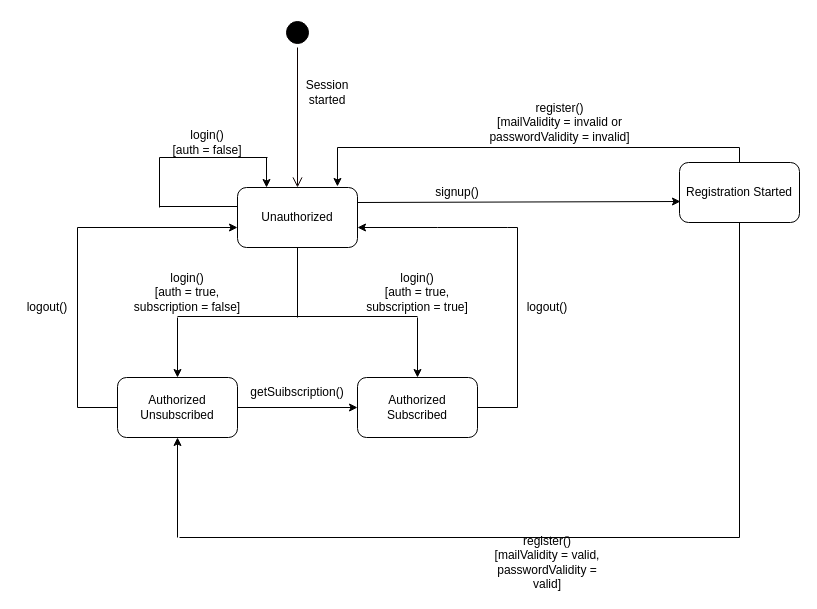
This is page "Login and Register" (1 of 8) of fianl_state.drawio from MdHuzzatunAli/ISD, a draw.io file, before an edit. Source tidied: cells renumbered, new cells numbered last; positions are measured from the earlier drawing's top-left corner, leaving out a move shared by most shapes. Both pictures are drawn from the tidied source at 100%, with x=0, y=0 at pixel (17, 17).
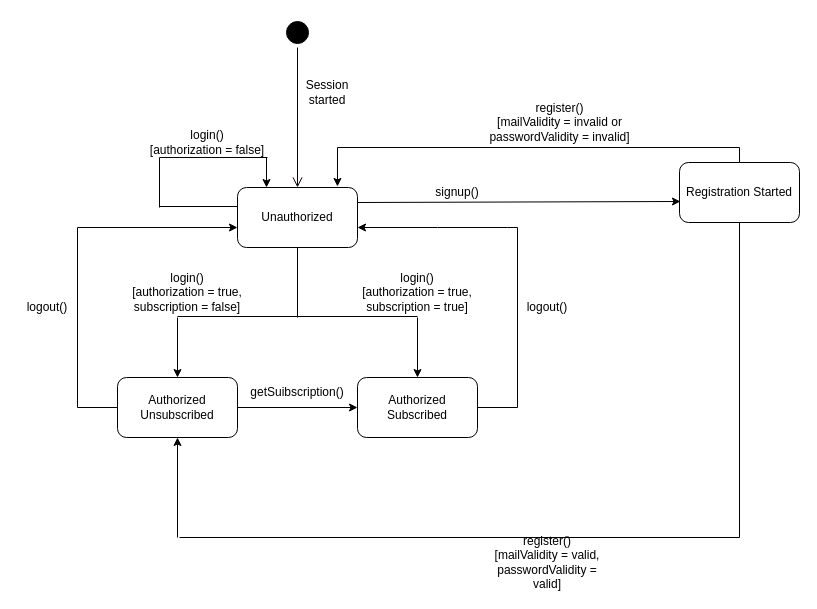
After the change.

The edit, as a diff of the source:
```diff
@@
-    <mxCell id="22" value="login()&lt;br&gt;[auth = true,&lt;br&gt;subscription = false]" style="text;strokeColor=none;align=center;fillColor=none;html=1;verticalAlign=middle;whiteSpace=wrap;rounded=0;" parent="1" vertex="1">
+    <mxCell id="22" value="login()&lt;br&gt;[authorization = true,&lt;br&gt;subscription = false]" style="text;strokeColor=none;align=center;fillColor=none;html=1;verticalAlign=middle;whiteSpace=wrap;rounded=0;" parent="1" vertex="1">
       <mxGeometry x="110" y="260" width="120" height="30" as="geometry" />
     </mxCell>
-    <mxCell id="23" value="login()&lt;br&gt;[auth = true,&lt;br&gt;subscription = true]" style="text;strokeColor=none;align=center;fillColor=none;html=1;verticalAlign=middle;whiteSpace=wrap;rounded=0;" parent="1" vertex="1">
+    <mxCell id="23" value="login()&lt;br&gt;[authorization = true,&lt;br&gt;subscription = true]" style="text;strokeColor=none;align=center;fillColor=none;html=1;verticalAlign=middle;whiteSpace=wrap;rounded=0;" parent="1" vertex="1">
       <mxGeometry x="340" y="260" width="120" height="30" as="geometry" />
     </mxCell>
-    <mxCell id="24" value="login()&lt;br&gt;[auth = false]" style="text;strokeColor=none;align=center;fillColor=none;html=1;verticalAlign=middle;whiteSpace=wrap;rounded=0;" parent="1" vertex="1">
+    <mxCell id="24" value="login()&lt;br&gt;[authorization = false]" style="text;strokeColor=none;align=center;fillColor=none;html=1;verticalAlign=middle;whiteSpace=wrap;rounded=0;" parent="1" vertex="1">
       <mxGeometry x="130" y="110" width="120" height="30" as="geometry" />
     </mxCell>
```
